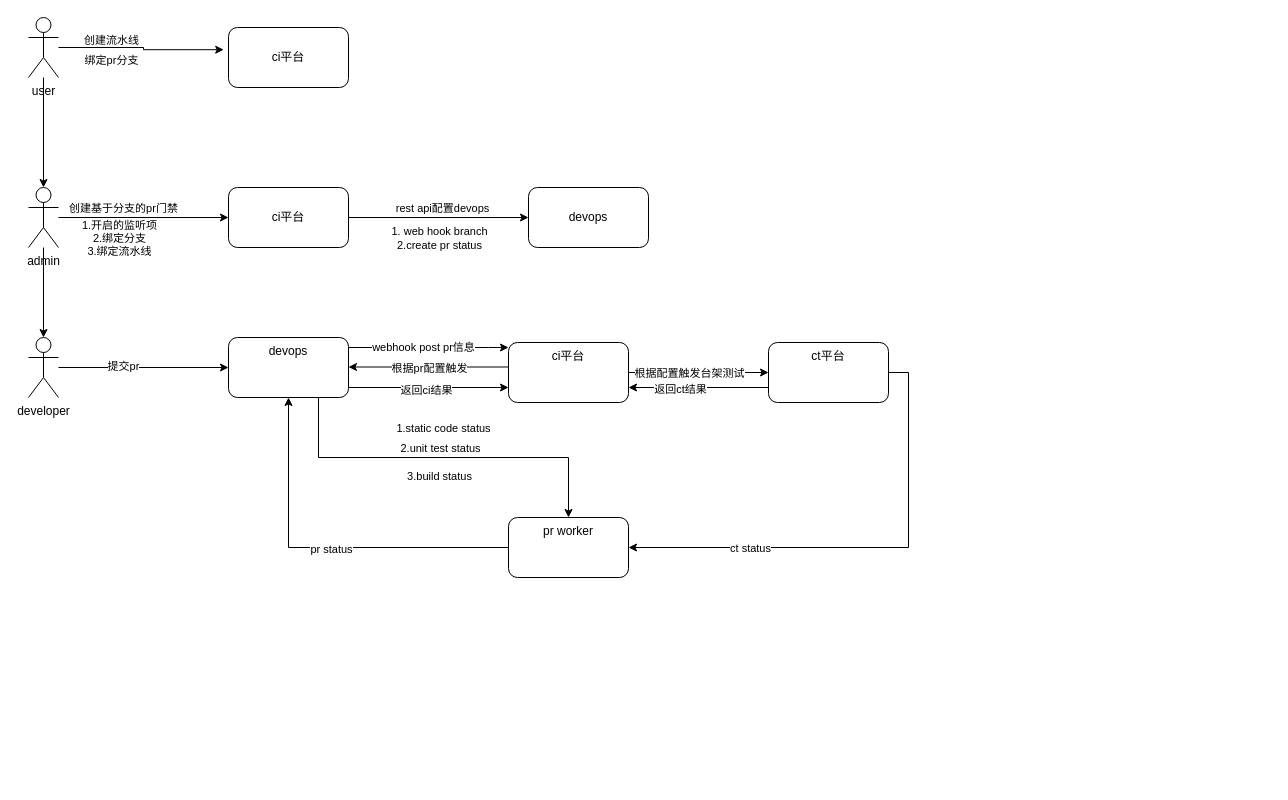
The draw.io diagram Untitled Diagram.drawio in hfdyfxgg/wewq, before the edit. Source tidied: cells renumbered, new cells numbered last; positions are measured from the earlier drawing's top-left corner, leaving out a move shared by most shapes. Both pictures are drawn from the tidied source at 100%, with x=0, y=0 at pixel (28, 17).
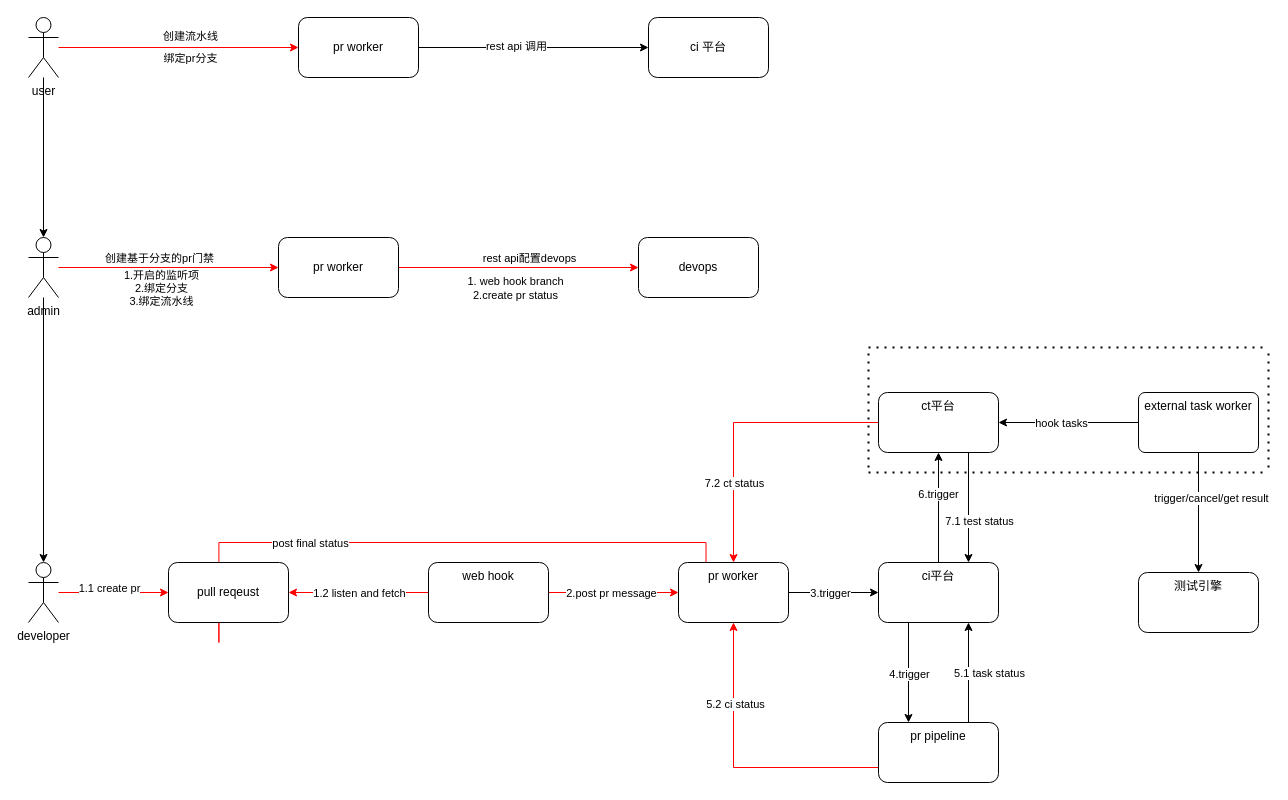
Above is the later version.

Unchanged cells that the change refers to:
```xml
<mxCell id="6" value="user" style="shape=umlActor;verticalLabelPosition=bottom;verticalAlign=top;html=1;outlineConnect=0;" parent="1" vertex="1">
  <mxGeometry width="30" height="60" as="geometry" />
</mxCell>
```

The edit, as a diff of the source:
```diff
@@
-    <mxCell id="2" style="edgeStyle=orthogonalEdgeStyle;rounded=0;jettySize=auto;html=1;entryX=-0.04;entryY=0.37;entryDx=0;entryDy=0;entryPerimeter=0;" parent="1" edge="1" source="6" target="7">
+    <mxCell id="2" style="edgeStyle=orthogonalEdgeStyle;rounded=0;jettySize=auto;html=1;strokeColor=#FF0000;" parent="1" edge="1" source="6" target="7">
       <mxGeometry relative="1" as="geometry" />
     </mxCell>
     <mxCell id="3" value="创建流水线" style="edgeLabel;html=1;align=center;verticalAlign=middle;" parent="2" vertex="1">
       <mxGeometry x="0.35" y="-4" relative="1" as="geometry">
-        <mxPoint x="-58" y="-14" as="offset" />
+        <mxPoint x="-31" y="-16" as="offset" />
       </mxGeometry>
     </mxCell>
     <mxCell id="4" value="绑定pr分支" style="edgeLabel;html=1;align=center;verticalAlign=middle;" parent="2" vertex="1">
       <mxGeometry x="0.34" y="1" relative="1" as="geometry">
-        <mxPoint x="-57" y="11" as="offset" />
+        <mxPoint x="-30" y="11" as="offset" />
       </mxGeometry>
     </mxCell>
@@
+    <mxCell id="44" style="edgeStyle=orthogonalEdgeStyle;rounded=0;jettySize=auto;html=1;startArrow=none;startFill=0;endArrow=classic;endFill=1;strokeColor=#000000;" parent="1" edge="1" source="7" target="63">
+      <mxGeometry relative="1" as="geometry" />
+    </mxCell>
+    <mxCell id="45" value="rest api 调用" style="edgeLabel;html=1;align=center;verticalAlign=middle;" parent="44" vertex="1">
+      <mxGeometry x="-0.16" y="2" relative="1" as="geometry" />
+    </mxCell>
-    <mxCell id="7" value="ci平台" style="rounded=1;whiteSpace=wrap;html=1;" parent="1" vertex="1">
-      <mxGeometry x="200" y="10" width="120" height="60" as="geometry" />
+    <mxCell id="7" value="pr worker" style="rounded=1;whiteSpace=wrap;html=1;" parent="1" vertex="1">
+      <mxGeometry x="270" width="120" height="60" as="geometry" />
     </mxCell>
-    <mxCell id="8" style="edgeStyle=orthogonalEdgeStyle;rounded=0;jettySize=auto;html=1;entryX=0;entryY=0.5;entryDx=0;entryDy=0;" parent="1" edge="1" source="12" target="16">
+    <mxCell id="8" style="edgeStyle=orthogonalEdgeStyle;rounded=0;jettySize=auto;html=1;entryX=0;entryY=0.5;entryDx=0;entryDy=0;strokeColor=#FF0000;" parent="1" edge="1" source="12" target="16">
       <mxGeometry relative="1" as="geometry" />
     </mxCell>
     <mxCell id="9" value="创建基于分支的pr门禁" style="edgeLabel;html=1;align=center;verticalAlign=middle;" parent="8" vertex="1">
       <mxGeometry x="-0.25" y="-1" relative="1" as="geometry">
-        <mxPoint y="-11" as="offset" />
+        <mxPoint x="17" y="-11" as="offset" />
       </mxGeometry>
     </mxCell>
@@
     <mxCell id="12" value="admin" style="shape=umlActor;verticalLabelPosition=bottom;verticalAlign=top;html=1;outlineConnect=0;" parent="1" vertex="1">
-      <mxGeometry y="170" width="30" height="60" as="geometry" />
+      <mxGeometry y="220" width="30" height="60" as="geometry" />
     </mxCell>
-    <mxCell id="13" style="edgeStyle=orthogonalEdgeStyle;rounded=0;jettySize=auto;html=1;" parent="1" edge="1" source="16" target="32">
+    <mxCell id="13" style="edgeStyle=orthogonalEdgeStyle;rounded=0;jettySize=auto;html=1;strokeColor=#FF0000;" parent="1" edge="1" source="16" target="32">
       <mxGeometry relative="1" as="geometry" />
     </mxCell>
@@
-    <mxCell id="16" value="ci平台" style="rounded=1;whiteSpace=wrap;html=1;" parent="1" vertex="1">
-      <mxGeometry x="200" y="170" width="120" height="60" as="geometry" />
+    <mxCell id="16" value="pr worker" style="rounded=1;whiteSpace=wrap;html=1;" parent="1" vertex="1">
+      <mxGeometry x="250" y="220" width="120" height="60" as="geometry" />
     </mxCell>
-    <mxCell id="17" style="edgeStyle=orthogonalEdgeStyle;rounded=0;jettySize=auto;html=1;" parent="1" edge="1" source="19" target="26">
+    <mxCell id="17" style="edgeStyle=orthogonalEdgeStyle;rounded=0;jettySize=auto;html=1;strokeColor=#FF0000;entryX=0;entryY=0.5;entryDx=0;entryDy=0;" parent="1" edge="1" source="19" target="74">
       <mxGeometry relative="1" as="geometry" />
     </mxCell>
-    <mxCell id="18" value="提交pr" style="edgeLabel;html=1;align=center;verticalAlign=middle;" parent="17" vertex="1">
-      <mxGeometry x="-0.25" y="2" relative="1" as="geometry" />
+    <mxCell id="18" value="1.1 create pr" style="edgeLabel;html=1;align=center;verticalAlign=middle;" parent="17" vertex="1">
+      <mxGeometry x="-0.25" y="2" relative="1" as="geometry">
+        <mxPoint x="9" y="-3" as="offset" />
+      </mxGeometry>
     </mxCell>
     <mxCell id="19" value="developer" style="shape=umlActor;verticalLabelPosition=bottom;verticalAlign=top;html=1;outlineConnect=0;" parent="1" vertex="1">
-      <mxGeometry y="320" width="30" height="60" as="geometry" />
+      <mxGeometry y="545" width="30" height="60" as="geometry" />
     </mxCell>
-    <mxCell id="20" style="edgeStyle=orthogonalEdgeStyle;rounded=0;jettySize=auto;html=1;" parent="1" edge="1" source="26" target="31">
-      <mxGeometry relative="1" as="geometry">
-        <Array as="points">
-          <mxPoint x="460" y="330" />
-          <mxPoint x="460" y="330" />
-        </Array>
-      </mxGeometry>
-    </mxCell>
-    <mxCell id="21" value="webhook post pr信息" style="edgeLabel;html=1;align=center;verticalAlign=middle;" parent="20" vertex="1">
-      <mxGeometry x="-0.14" y="1" relative="1" as="geometry">
-        <mxPoint x="5" as="offset" />
-      </mxGeometry>
-    </mxCell>
-    <mxCell id="22" style="edgeStyle=orthogonalEdgeStyle;rounded=0;jettySize=auto;html=1;exitX=1;exitY=0.75;exitDx=0;exitDy=0;entryX=0;entryY=0.75;entryDx=0;entryDy=0;" parent="1" edge="1" source="26" target="31">
-      <mxGeometry relative="1" as="geometry">
-        <Array as="points">
-          <mxPoint x="320" y="370" />
-          <mxPoint x="480" y="370" />
-        </Array>
-      </mxGeometry>
-    </mxCell>
-    <mxCell id="23" value="返回ci结果" style="edgeLabel;html=1;align=center;verticalAlign=middle;" parent="22" vertex="1">
-      <mxGeometry x="0.33" y="-2" relative="1" as="geometry">
-        <mxPoint x="-28" as="offset" />
-      </mxGeometry>
-    </mxCell>
-    <mxCell id="24" style="edgeStyle=orthogonalEdgeStyle;rounded=0;jettySize=auto;html=1;exitX=0.75;exitY=1;exitDx=0;exitDy=0;" parent="1" edge="1" source="26" target="40">
+    <mxCell id="24" style="edgeStyle=orthogonalEdgeStyle;rounded=0;jettySize=auto;html=1;startArrow=none;startFill=0;endArrow=classic;endFill=1;strokeColor=#FF0000;" parent="1" edge="1" source="26" target="40">
       <mxGeometry relative="1" as="geometry" />
     </mxCell>
-    <mxCell id="25" style="edgeLabel;html=1;align=center;verticalAlign=middle;" parent="24" vertex="1">
-      <mxGeometry x="-0.25" y="2" relative="1" as="geometry" />
-    </mxCell>
+    <mxCell id="46" value="2.post pr message" style="edgeLabel;html=1;align=center;verticalAlign=middle;" parent="24" vertex="1">
+      <mxGeometry x="0.14" y="-1" relative="1" as="geometry">
+        <mxPoint x="-12" y="-1" as="offset" />
+      </mxGeometry>
+    </mxCell>
+    <mxCell id="47" style="edgeStyle=orthogonalEdgeStyle;rounded=0;jettySize=auto;html=1;entryX=1;entryY=0.5;entryDx=0;entryDy=0;startArrow=none;startFill=0;endArrow=classic;endFill=1;strokeColor=#FF0000;" parent="1" edge="1" source="26" target="74">
+      <mxGeometry relative="1" as="geometry" />
+    </mxCell>
+    <mxCell id="48" value="1.2 listen and fetch" style="edgeLabel;html=1;align=center;verticalAlign=middle;" parent="47" vertex="1">
+      <mxGeometry x="-0.2" y="1" relative="1" as="geometry">
+        <mxPoint x="-14" y="-1" as="offset" />
+      </mxGeometry>
+    </mxCell>
-    <mxCell id="26" value="devops" style="rounded=1;whiteSpace=wrap;html=1;verticalAlign=top;" parent="1" vertex="1">
-      <mxGeometry x="200" y="320" width="120" height="60" as="geometry" />
+    <mxCell id="26" value="web hook" style="rounded=1;whiteSpace=wrap;html=1;verticalAlign=top;" parent="1" vertex="1">
+      <mxGeometry x="400" y="545" width="120" height="60" as="geometry" />
     </mxCell>
-    <mxCell id="27" style="edgeStyle=orthogonalEdgeStyle;rounded=0;orthogonalLoop=1;jettySize=auto;html=1;exitX=0;exitY=0.75;exitDx=0;exitDy=0;entryX=1;entryY=0.75;entryDx=0;entryDy=0;" parent="1" edge="1">
-      <mxGeometry relative="1" as="geometry">
-        <mxPoint x="480" y="349.5" as="sourcePoint" />
-        <mxPoint x="320" y="349.5" as="targetPoint" />
-        <Array as="points">
-          <mxPoint x="400" y="350" />
-          <mxPoint x="400" y="350" />
-        </Array>
-      </mxGeometry>
-    </mxCell>
-    <mxCell id="28" value="根据pr配置触发" style="edgeLabel;html=1;align=center;verticalAlign=middle;" parent="27" vertex="1">
-      <mxGeometry x="-0.18" y="2" relative="1" as="geometry">
-        <mxPoint x="-14" y="-1" as="offset" />
-      </mxGeometry>
-    </mxCell>
-    <mxCell id="29" style="edgeStyle=orthogonalEdgeStyle;rounded=0;jettySize=auto;html=1;" parent="1" edge="1" source="31" target="37">
+    <mxCell id="29" style="edgeStyle=orthogonalEdgeStyle;rounded=0;jettySize=auto;html=1;exitX=0.5;exitY=0;exitDx=0;exitDy=0;startArrow=none;startFill=0;endArrow=classic;endFill=1;" parent="1" edge="1" source="31" target="37">
       <mxGeometry relative="1" as="geometry" />
     </mxCell>
-    <mxCell id="30" value="根据配置触发台架测试" style="edgeLabel;html=1;align=center;verticalAlign=middle;" parent="29" vertex="1">
-      <mxGeometry x="-0.24" y="-4" relative="1" as="geometry">
-        <mxPoint x="7" y="-4" as="offset" />
-      </mxGeometry>
-    </mxCell>
+    <mxCell id="49" value="6.trigger" style="edgeLabel;html=1;align=center;verticalAlign=middle;" parent="29" vertex="1">
+      <mxGeometry x="0.25" y="1" relative="1" as="geometry" />
+    </mxCell>
+    <mxCell id="50" style="edgeStyle=orthogonalEdgeStyle;rounded=0;jettySize=auto;html=1;exitX=0.25;exitY=1;exitDx=0;exitDy=0;entryX=0.25;entryY=0;entryDx=0;entryDy=0;startArrow=none;startFill=0;endArrow=classic;endFill=1;strokeColor=#000000;" parent="1" edge="1" source="31" target="62">
+      <mxGeometry relative="1" as="geometry" />
+    </mxCell>
+    <mxCell id="51" value="4.trigger" style="edgeLabel;html=1;align=center;verticalAlign=middle;" parent="50" vertex="1">
+      <mxGeometry x="-0.31" y="-2" relative="1" as="geometry">
+        <mxPoint x="2" y="16" as="offset" />
+      </mxGeometry>
+    </mxCell>
     <mxCell id="31" value="ci平台" style="whiteSpace=wrap;html=1;verticalAlign=top;rounded=1;" parent="1" vertex="1">
-      <mxGeometry x="480" y="325" width="120" height="60" as="geometry" />
+      <mxGeometry x="850" y="545" width="120" height="60" as="geometry" />
     </mxCell>
     <mxCell id="32" value="devops" style="whiteSpace=wrap;html=1;rounded=1;" parent="1" vertex="1">
-      <mxGeometry x="500" y="170" width="120" height="60" as="geometry" />
+      <mxGeometry x="610" y="220" width="120" height="60" as="geometry" />
     </mxCell>
+    <mxCell id="35" style="edgeStyle=orthogonalEdgeStyle;rounded=0;jettySize=auto;html=1;exitX=0.75;exitY=1;exitDx=0;exitDy=0;entryX=0.75;entryY=0;entryDx=0;entryDy=0;startArrow=none;startFill=0;endArrow=classic;endFill=1;" parent="1" edge="1" source="37" target="31">
+      <mxGeometry relative="1" as="geometry" />
+    </mxCell>
+    <mxCell id="52" value="7.1 test status" style="edgeLabel;html=1;align=center;verticalAlign=middle;" parent="35" vertex="1">
+      <mxGeometry x="0.23" y="1" relative="1" as="geometry">
+        <mxPoint x="9" as="offset" />
+      </mxGeometry>
+    </mxCell>
-    <mxCell id="33" style="edgeStyle=orthogonalEdgeStyle;rounded=0;jettySize=auto;html=1;exitX=1;exitY=0.5;exitDx=0;exitDy=0;entryX=1;entryY=0.5;entryDx=0;entryDy=0;" parent="1" edge="1" source="37" target="40">
+    <mxCell id="33" style="edgeStyle=orthogonalEdgeStyle;rounded=0;jettySize=auto;html=1;entryX=0.5;entryY=0;entryDx=0;entryDy=0;startArrow=none;startFill=0;endArrow=classic;endFill=1;strokeColor=#FF0000;" parent="1" edge="1" source="37" target="40">
       <mxGeometry relative="1" as="geometry" />
     </mxCell>
-    <mxCell id="34" value="ct status" style="edgeLabel;html=1;align=center;verticalAlign=middle;" parent="33" vertex="1">
-      <mxGeometry x="0.51" y="3" relative="1" as="geometry">
-        <mxPoint x="5" y="-3" as="offset" />
-      </mxGeometry>
-    </mxCell>
-    <mxCell id="35" style="edgeStyle=orthogonalEdgeStyle;rounded=0;jettySize=auto;html=1;exitX=0;exitY=0.75;exitDx=0;exitDy=0;entryX=1;entryY=0.75;entryDx=0;entryDy=0;" parent="1" edge="1" source="37" target="31">
-      <mxGeometry relative="1" as="geometry" />
-    </mxCell>
-    <mxCell id="36" value="返回ct结果" style="edgeLabel;html=1;align=center;verticalAlign=middle;" parent="35" vertex="1">
-      <mxGeometry x="0.27" y="1" relative="1" as="geometry" />
-    </mxCell>
+    <mxCell id="53" value="7.2 ct status" style="edgeLabel;html=1;align=center;verticalAlign=middle;" parent="33" vertex="1">
+      <mxGeometry x="0.36" relative="1" as="geometry">
+        <mxPoint y="11" as="offset" />
+      </mxGeometry>
+    </mxCell>
     <mxCell id="37" value="ct平台" style="whiteSpace=wrap;html=1;verticalAlign=top;rounded=1;" parent="1" vertex="1">
-      <mxGeometry x="740" y="325" width="120" height="60" as="geometry" />
+      <mxGeometry x="850" y="375" width="120" height="60" as="geometry" />
     </mxCell>
-    <mxCell id="38" style="edgeStyle=orthogonalEdgeStyle;rounded=0;jettySize=auto;html=1;entryX=0.5;entryY=1;entryDx=0;entryDy=0;" parent="1" edge="1" source="40" target="26">
-      <mxGeometry relative="1" as="geometry" />
-    </mxCell>
-    <mxCell id="39" value="pr status" style="edgeLabel;html=1;align=center;verticalAlign=middle;" parent="38" vertex="1">
-      <mxGeometry x="-0.04" y="1" relative="1" as="geometry" />
-    </mxCell>
+    <mxCell id="54" style="edgeStyle=orthogonalEdgeStyle;rounded=0;jettySize=auto;html=1;entryX=0;entryY=0.5;entryDx=0;entryDy=0;startArrow=none;startFill=0;endArrow=classic;endFill=1;strokeColor=#000000;" parent="1" edge="1" source="40" target="31">
+      <mxGeometry relative="1" as="geometry" />
+    </mxCell>
+    <mxCell id="55" value="3.trigger" style="edgeLabel;html=1;align=center;verticalAlign=middle;" parent="54" vertex="1">
+      <mxGeometry x="0.28" relative="1" as="geometry">
+        <mxPoint x="-17" as="offset" />
+      </mxGeometry>
+    </mxCell>
+    <mxCell id="56" style="edgeStyle=orthogonalEdgeStyle;rounded=0;jettySize=auto;html=1;exitX=0.25;exitY=0;exitDx=0;exitDy=0;entryX=0.42;entryY=-0.013;entryDx=0;entryDy=0;entryPerimeter=0;startArrow=none;startFill=0;endArrow=classic;endFill=1;strokeColor=#FF0000;" parent="1" edge="1" source="40" target="74">
+      <mxGeometry relative="1" as="geometry" />
+    </mxCell>
+    <mxCell id="57" value="post final status" style="edgeLabel;html=1;align=center;verticalAlign=middle;" parent="56" vertex="1">
+      <mxGeometry x="0.21" relative="1" as="geometry" />
+    </mxCell>
     <mxCell id="40" value="pr worker" style="whiteSpace=wrap;html=1;verticalAlign=top;rounded=1;" parent="1" vertex="1">
-      <mxGeometry x="480" y="500" width="120" height="60" as="geometry" />
+      <mxGeometry x="650" y="545" width="110" height="60" as="geometry" />
     </mxCell>
-    <mxCell id="41" value="1.static code status" style="edgeLabel;html=1;align=center;verticalAlign=middle;" parent="1" vertex="1">
-      <mxGeometry x="414" y="410" as="geometry" />
-    </mxCell>
-    <mxCell id="42" value="2.unit test status" style="edgeLabel;html=1;align=center;verticalAlign=middle;" parent="1" vertex="1">
-      <mxGeometry x="411" y="430" as="geometry" />
-    </mxCell>
-    <mxCell id="43" value="3.build status" style="edgeLabel;html=1;align=center;verticalAlign=middle;" parent="1" vertex="1">
-      <mxGeometry x="410" y="458" as="geometry" />
-    </mxCell>
+    <mxCell id="58" style="edgeStyle=orthogonalEdgeStyle;rounded=0;jettySize=auto;html=1;entryX=0.5;entryY=1;entryDx=0;entryDy=0;startArrow=none;startFill=0;endArrow=classic;endFill=1;strokeColor=#FF0000;exitX=0;exitY=0.75;exitDx=0;exitDy=0;" parent="1" edge="1" source="62" target="40">
+      <mxGeometry relative="1" as="geometry" />
+    </mxCell>
+    <mxCell id="59" value="5.2 ci status" style="edgeLabel;html=1;align=center;verticalAlign=middle;" parent="58" vertex="1">
+      <mxGeometry x="0.44" y="-1" relative="1" as="geometry" />
+    </mxCell>
+    <mxCell id="60" style="edgeStyle=orthogonalEdgeStyle;rounded=0;jettySize=auto;html=1;exitX=0.75;exitY=0;exitDx=0;exitDy=0;entryX=0.75;entryY=1;entryDx=0;entryDy=0;startArrow=none;startFill=0;endArrow=classic;endFill=1;" parent="1" edge="1" source="62" target="31">
+      <mxGeometry relative="1" as="geometry" />
+    </mxCell>
+    <mxCell id="61" value="5.1 task status" style="edgeLabel;html=1;align=center;verticalAlign=middle;" parent="60" vertex="1">
+      <mxGeometry x="0.29" y="-1" relative="1" as="geometry">
+        <mxPoint x="19" y="15" as="offset" />
+      </mxGeometry>
+    </mxCell>
+    <mxCell id="62" value="pr pipeline" style="whiteSpace=wrap;html=1;verticalAlign=top;rounded=1;" parent="1" vertex="1">
+      <mxGeometry x="850" y="705" width="120" height="60" as="geometry" />
+    </mxCell>
+    <mxCell id="63" value="ci 平台" style="whiteSpace=wrap;html=1;rounded=1;" parent="1" vertex="1">
+      <mxGeometry x="620" width="120" height="60" as="geometry" />
+    </mxCell>
+    <mxCell id="64" value="测试引擎" style="whiteSpace=wrap;html=1;verticalAlign=top;rounded=1;" parent="1" vertex="1">
+      <mxGeometry x="1110" y="555" width="120" height="60" as="geometry" />
+    </mxCell>
+    <mxCell id="65" style="edgeStyle=orthogonalEdgeStyle;rounded=0;jettySize=auto;html=1;entryX=0.5;entryY=0;entryDx=0;entryDy=0;startArrow=none;startFill=0;endArrow=classic;endFill=1;strokeColor=#000000;" parent="1" edge="1" source="69" target="64">
+      <mxGeometry relative="1" as="geometry" />
+    </mxCell>
+    <mxCell id="66" value="trigger/cancel/get result" style="edgeLabel;html=1;align=center;verticalAlign=middle;" parent="65" vertex="1">
+      <mxGeometry x="-0.25" relative="1" as="geometry">
+        <mxPoint x="12" as="offset" />
+      </mxGeometry>
+    </mxCell>
+    <mxCell id="67" style="edgeStyle=orthogonalEdgeStyle;rounded=0;jettySize=auto;html=1;entryX=1;entryY=0.5;entryDx=0;entryDy=0;startArrow=none;startFill=0;endArrow=classic;endFill=1;strokeColor=#000000;" parent="1" edge="1" source="69" target="37">
+      <mxGeometry relative="1" as="geometry" />
+    </mxCell>
+    <mxCell id="68" value="hook tasks" style="edgeLabel;html=1;align=center;verticalAlign=middle;" parent="67" vertex="1">
+      <mxGeometry x="0.25" relative="1" as="geometry">
+        <mxPoint x="10" as="offset" />
+      </mxGeometry>
+    </mxCell>
+    <mxCell id="69" value="external task worker" style="whiteSpace=wrap;html=1;verticalAlign=top;rounded=1;arcSize=11;" parent="1" vertex="1">
+      <mxGeometry x="1110" y="375" width="120" height="60" as="geometry" />
+    </mxCell>
+    <mxCell id="70" style="endArrow=none;dashed=1;html=1;dashPattern=1 3;strokeWidth=2;rounded=0;" parent="1" edge="1">
+      <mxGeometry relative="1" as="geometry">
+        <mxPoint x="840" y="330" as="sourcePoint" />
+        <mxPoint x="1240" y="330" as="targetPoint" />
+      </mxGeometry>
+    </mxCell>
+    <mxCell id="71" style="endArrow=none;dashed=1;html=1;dashPattern=1 3;strokeWidth=2;rounded=0;" parent="1" edge="1">
+      <mxGeometry relative="1" as="geometry">
+        <mxPoint x="840" y="450" as="sourcePoint" />
+        <mxPoint x="840" y="330" as="targetPoint" />
+      </mxGeometry>
+    </mxCell>
+    <mxCell id="72" style="endArrow=none;dashed=1;html=1;dashPattern=1 3;strokeWidth=2;rounded=0;" parent="1" edge="1">
+      <mxGeometry relative="1" as="geometry">
+        <mxPoint x="840" y="455" as="sourcePoint" />
+        <mxPoint x="1240" y="455" as="targetPoint" />
+      </mxGeometry>
+    </mxCell>
+    <mxCell id="73" style="endArrow=none;dashed=1;html=1;dashPattern=1 3;strokeWidth=2;rounded=0;" parent="1" edge="1">
+      <mxGeometry relative="1" as="geometry">
+        <mxPoint x="1240" y="450" as="sourcePoint" />
+        <mxPoint x="1240" y="330" as="targetPoint" />
+      </mxGeometry>
+    </mxCell>
+    <mxCell id="74" value="pull reqeust" style="rounded=1;whiteSpace=wrap;html=1;" parent="1" vertex="1">
+      <mxGeometry x="140" y="545" width="120" height="60" as="geometry" />
+    </mxCell>
```
